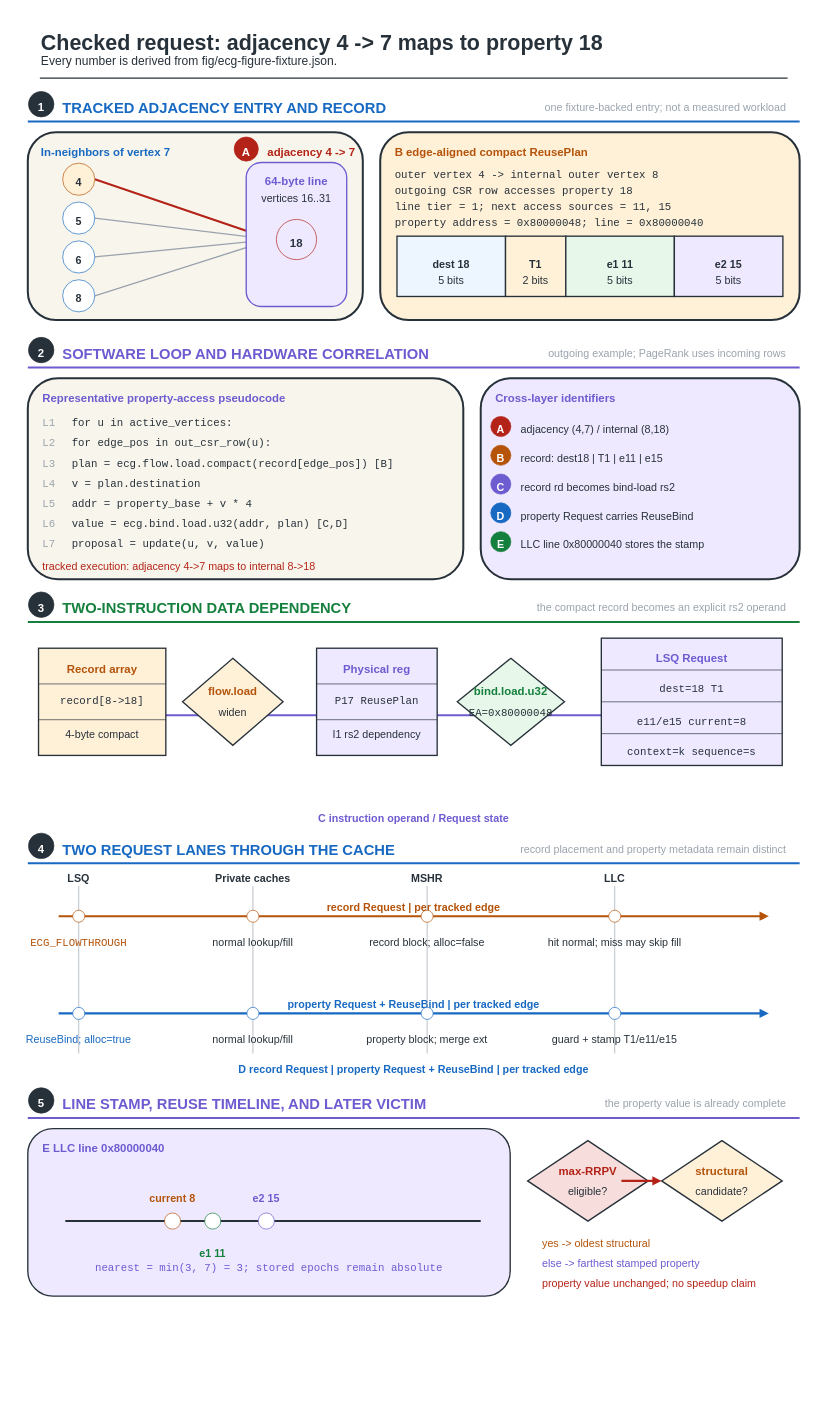
The draw.io diagram fig/wiki_src/property-to-cache-walkthrough/property-to-cache-walkthrough-f01-checked-request.drawio in UVA-LavaLab/ECG_GrAPL, before the edit. Source tidied: cells renumbered, new cells numbered last; positions are measured from the earlier drawing's top-left corner, leaving out a move shared by most shapes. Both pictures are drawn from the tidied source at 67%, with x=0, y=0 at pixel (11, 11).
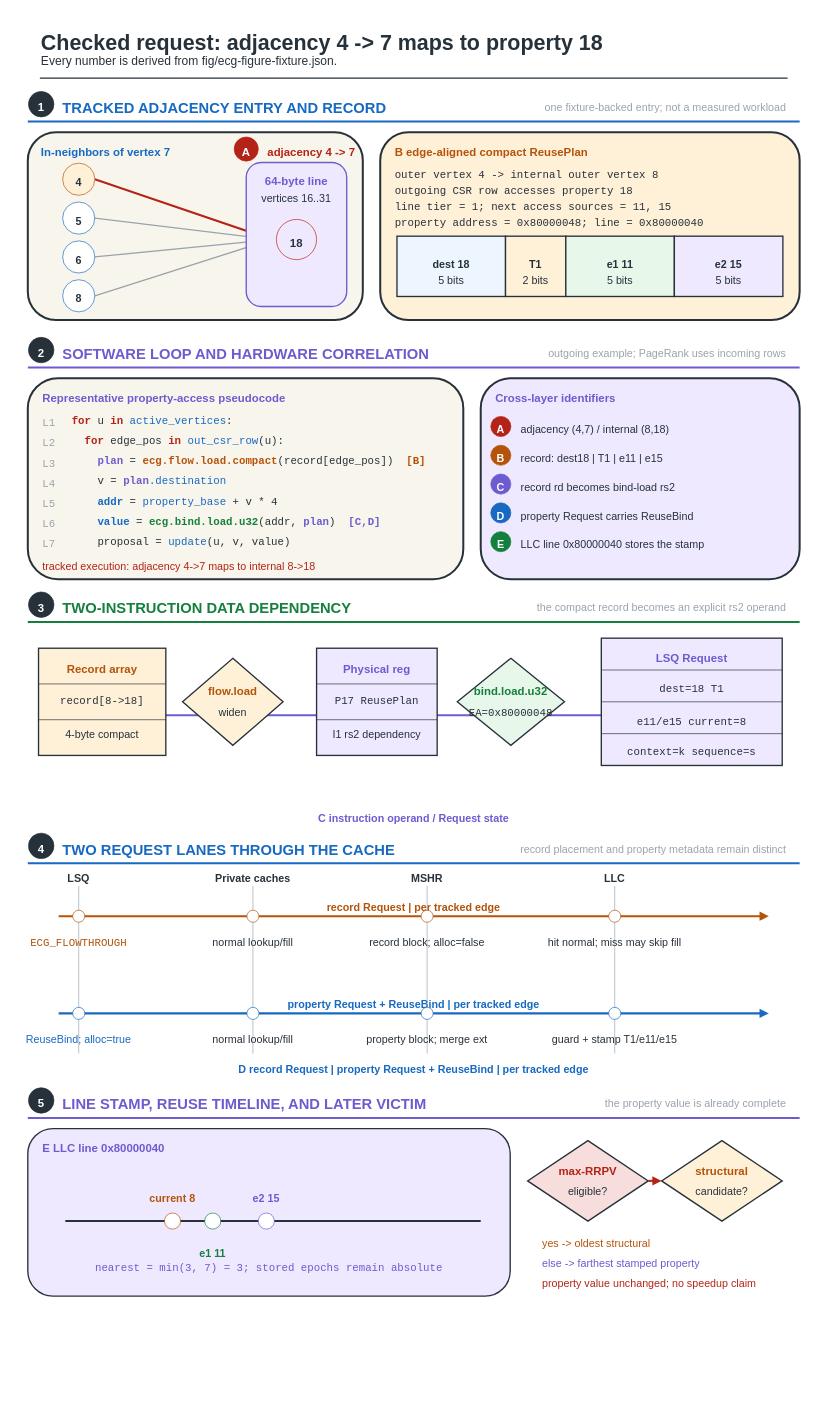
After the change.

Diff of the diagram source:
```diff
@@
-    <mxCell id="59" value="for u in active_vertices:" style="text;html=0;strokeColor=none;fillColor=none;align=left;verticalAlign=middle;fontFamily=Courier New;fontSize=16;fontColor=#27313A;fontStyle=0;" parent="1" vertex="1">
+    <mxCell id="59" value="&lt;span style=&quot;color:#B42318;font-weight:700;&quot;&gt;for&amp;nbsp;&lt;/span&gt;&lt;span style=&quot;color:#27313A;&quot;&gt;u&lt;/span&gt;&lt;span style=&quot;color:#B42318;font-weight:700;&quot;&gt;&amp;nbsp;in&amp;nbsp;&lt;/span&gt;&lt;span style=&quot;color:#1769C2;&quot;&gt;active_vertices&lt;/span&gt;&lt;span style=&quot;color:#27313A;&quot;&gt;:&lt;/span&gt;" style="text;html=1;strokeColor=none;fillColor=none;align=left;verticalAlign=middle;fontFamily=Courier New;fontSize=16;fontColor=#27313A;fontStyle=0;" parent="1" vertex="1">
       <mxGeometry x="88" y="601.2" width="248" height="22.4" as="geometry" />
     </mxCell>
@@
-    <mxCell id="61" value="  for edge_pos in out_csr_row(u):" style="text;html=0;strokeColor=none;fillColor=none;align=left;verticalAlign=middle;fontFamily=Courier New;fontSize=16;fontColor=#27313A;fontStyle=0;" parent="1" vertex="1">
+    <mxCell id="61" value="&lt;span style=&quot;color:#B42318;font-weight:700;&quot;&gt;&amp;nbsp;&amp;nbsp;for&amp;nbsp;&lt;/span&gt;&lt;span style=&quot;color:#27313A;&quot;&gt;edge_pos&lt;/span&gt;&lt;span style=&quot;color:#B42318;font-weight:700;&quot;&gt;&amp;nbsp;in&amp;nbsp;&lt;/span&gt;&lt;span style=&quot;color:#1769C2;&quot;&gt;out_csr_row&lt;/span&gt;&lt;span style=&quot;color:#27313A;&quot;&gt;(u):&lt;/span&gt;" style="text;html=1;strokeColor=none;fillColor=none;align=left;verticalAlign=middle;fontFamily=Courier New;fontSize=16;fontColor=#27313A;fontStyle=0;" parent="1" vertex="1">
       <mxGeometry x="88" y="631.2" width="327.4" height="22.4" as="geometry" />
     </mxCell>
@@
-    <mxCell id="63" value="    plan = ecg.flow.load.compact(record[edge_pos])  [B]" style="text;html=0;strokeColor=none;fillColor=none;align=left;verticalAlign=middle;fontFamily=Courier New;fontSize=16;fontColor=#27313A;fontStyle=0;" parent="1" vertex="1">
+    <mxCell id="63" value="&lt;span style=&quot;color:#6D5BD0;font-weight:700;&quot;&gt;&amp;nbsp;&amp;nbsp;&amp;nbsp;&amp;nbsp;plan&lt;/span&gt;&lt;span style=&quot;color:#27313A;&quot;&gt;&amp;nbsp;=&amp;nbsp;&lt;/span&gt;&lt;span style=&quot;color:#B45309;font-weight:700;&quot;&gt;ecg.flow.load.compact&lt;/span&gt;&lt;span style=&quot;color:#27313A;&quot;&gt;(record[edge_pos])&amp;nbsp;&amp;nbsp;&lt;/span&gt;&lt;span style=&quot;color:#B45309;font-weight:700;&quot;&gt;[B]&lt;/span&gt;" style="text;html=1;strokeColor=none;fillColor=none;align=left;verticalAlign=middle;fontFamily=Courier New;fontSize=16;fontColor=#27313A;fontStyle=0;" parent="1" vertex="1">
       <mxGeometry x="88" y="661.2" width="545.6" height="22.4" as="geometry" />
     </mxCell>
@@
-    <mxCell id="65" value="    v = plan.destination" style="text;html=0;strokeColor=none;fillColor=none;align=left;verticalAlign=middle;fontFamily=Courier New;fontSize=16;fontColor=#27313A;fontStyle=0;" parent="1" vertex="1">
+    <mxCell id="65" value="&lt;span style=&quot;color:#27313A;&quot;&gt;&amp;nbsp;&amp;nbsp;&amp;nbsp;&amp;nbsp;v&lt;/span&gt;&lt;span style=&quot;color:#27313A;&quot;&gt;&amp;nbsp;=&amp;nbsp;&lt;/span&gt;&lt;span style=&quot;color:#6D5BD0;font-weight:700;&quot;&gt;plan&lt;/span&gt;&lt;span style=&quot;color:#1769C2;&quot;&gt;.destination&lt;/span&gt;" style="text;html=1;strokeColor=none;fillColor=none;align=left;verticalAlign=middle;fontFamily=Courier New;fontSize=16;fontColor=#27313A;fontStyle=0;" parent="1" vertex="1">
       <mxGeometry x="88" y="691.2" width="238.1" height="22.4" as="geometry" />
     </mxCell>
@@
-    <mxCell id="67" value="    addr = property_base + v * 4" style="text;html=0;strokeColor=none;fillColor=none;align=left;verticalAlign=middle;fontFamily=Courier New;fontSize=16;fontColor=#27313A;fontStyle=0;" parent="1" vertex="1">
+    <mxCell id="67" value="&lt;span style=&quot;color:#1769C2;font-weight:700;&quot;&gt;&amp;nbsp;&amp;nbsp;&amp;nbsp;&amp;nbsp;addr&lt;/span&gt;&lt;span style=&quot;color:#27313A;&quot;&gt;&amp;nbsp;=&amp;nbsp;&lt;/span&gt;&lt;span style=&quot;color:#1769C2;&quot;&gt;property_base&lt;/span&gt;&lt;span style=&quot;color:#27313A;&quot;&gt;&amp;nbsp;+&amp;nbsp;v&amp;nbsp;*&amp;nbsp;4&lt;/span&gt;" style="text;html=1;strokeColor=none;fillColor=none;align=left;verticalAlign=middle;fontFamily=Courier New;fontSize=16;fontColor=#27313A;fontStyle=0;" parent="1" vertex="1">
       <mxGeometry x="88" y="721.2" width="317.4" height="22.4" as="geometry" />
     </mxCell>
@@
-    <mxCell id="69" value="    value = ecg.bind.load.u32(addr, plan)  [C,D]" style="text;html=0;strokeColor=none;fillColor=none;align=left;verticalAlign=middle;fontFamily=Courier New;fontSize=16;fontColor=#27313A;fontStyle=0;" parent="1" vertex="1">
+    <mxCell id="69" value="&lt;span style=&quot;color:#1769C2;font-weight:700;&quot;&gt;&amp;nbsp;&amp;nbsp;&amp;nbsp;&amp;nbsp;value&lt;/span&gt;&lt;span style=&quot;color:#27313A;&quot;&gt;&amp;nbsp;=&amp;nbsp;&lt;/span&gt;&lt;span style=&quot;color:#15803D;font-weight:700;&quot;&gt;ecg.bind.load.u32&lt;/span&gt;&lt;span style=&quot;color:#27313A;&quot;&gt;(addr,&amp;nbsp;&lt;/span&gt;&lt;span style=&quot;color:#6D5BD0;font-weight:700;&quot;&gt;plan&lt;/span&gt;&lt;span style=&quot;color:#27313A;&quot;&gt;)&amp;nbsp;&amp;nbsp;&lt;/span&gt;&lt;span style=&quot;color:#6D5BD0;font-weight:700;&quot;&gt;[C,D]&lt;/span&gt;" style="text;html=1;strokeColor=none;fillColor=none;align=left;verticalAlign=middle;fontFamily=Courier New;fontSize=16;fontColor=#27313A;fontStyle=0;" parent="1" vertex="1">
       <mxGeometry x="88" y="751.2" width="476.2" height="22.4" as="geometry" />
     </mxCell>
@@
-    <mxCell id="71" value="    proposal = update(u, v, value)" style="text;html=0;strokeColor=none;fillColor=none;align=left;verticalAlign=middle;fontFamily=Courier New;fontSize=16;fontColor=#27313A;fontStyle=0;" parent="1" vertex="1">
+    <mxCell id="71" value="&lt;span style=&quot;color:#27313A;&quot;&gt;&amp;nbsp;&amp;nbsp;&amp;nbsp;&amp;nbsp;proposal&lt;/span&gt;&lt;span style=&quot;color:#27313A;&quot;&gt;&amp;nbsp;=&amp;nbsp;&lt;/span&gt;&lt;span style=&quot;color:#1769C2;&quot;&gt;update&lt;/span&gt;&lt;span style=&quot;color:#27313A;&quot;&gt;(u,&amp;nbsp;v,&amp;nbsp;value)&lt;/span&gt;" style="text;html=1;strokeColor=none;fillColor=none;align=left;verticalAlign=middle;fontFamily=Courier New;fontSize=16;fontColor=#27313A;fontStyle=0;" parent="1" vertex="1">
       <mxGeometry x="88" y="781.2" width="337.3" height="22.4" as="geometry" />
     </mxCell>
@@
     <mxCell id="178" style="edgeStyle=none;html=0;strokeColor=#B42318;strokeWidth=3;startArrow=none;endArrow=block;endFill=1;" parent="1" edge="1">
       <mxGeometry relative="1" as="geometry">
-        <mxPoint x="910" y="1745" as="sourcePoint" />
+        <mxPoint x="950" y="1745" as="sourcePoint" />
         <mxPoint x="970" y="1745" as="targetPoint" />
       </mxGeometry>
     </mxCell>
```
